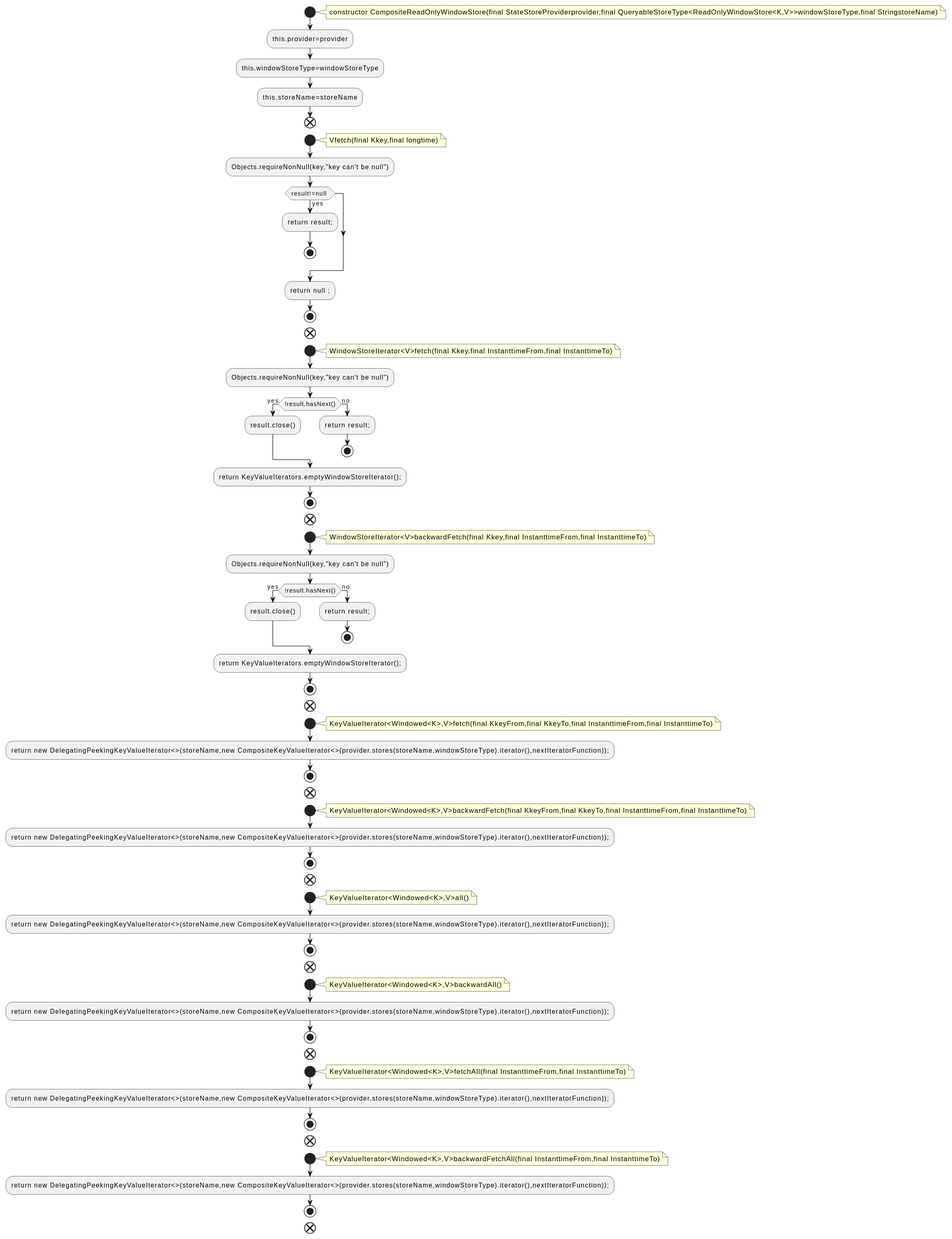
This is docs/qc/streams/src/main/java/org/apache/kafka/streams/state/internals/CompositeReadOnlyWindowStore.java.fct.svg from qualitesys/kafka, a PlantUML export, as it was before one commit. Its diagram source:
```plantuml
@startuml
!pragma layout smetana
start
note right
constructor CompositeReadOnlyWindowStore(final StateStoreProviderprovider,final QueryableStoreType<ReadOnlyWindowStore<K,V>>windowStoreType,final StringstoreName)
end note
:this.provider=provider;
:this.windowStoreType=windowStoreType;
:this.storeName=storeName;
end
start
note right
Vfetch(final Kkey,final longtime)
end note
:Objects.requireNonNull(key,"key can't be null");
if (result!=null ) then (yes)
:return result;;
stop
endif
:return null ;;
stop
end
start
note right
WindowStoreIterator<V>fetch(final Kkey,final InstanttimeFrom,final InstanttimeTo)
end note
:Objects.requireNonNull(key,"key can't be null");
if (!result.hasNext()) then (yes)
:result.close();
else (no)
:return result;;
stop
endif
:return KeyValueIterators.emptyWindowStoreIterator();;
stop
end
start
note right
WindowStoreIterator<V>backwardFetch(final Kkey,final InstanttimeFrom,final InstanttimeTo)
end note
:Objects.requireNonNull(key,"key can't be null");
if (!result.hasNext()) then (yes)
:result.close();
else (no)
:return result;;
stop
endif
:return KeyValueIterators.emptyWindowStoreIterator();;
stop
end
start
note right
KeyValueIterator<Windowed<K>,V>fetch(final KkeyFrom,final KkeyTo,final InstanttimeFrom,final InstanttimeTo)
end note
:return new DelegatingPeekingKeyValueIterator<>(storeName,new CompositeKeyValueIterator<>(provider.stores(storeName,windowStoreType).iterator(),nextIteratorFunction));;
stop
end
start
note right
KeyValueIterator<Windowed<K>,V>backwardFetch(final KkeyFrom,final KkeyTo,final InstanttimeFrom,final InstanttimeTo)
end note
:return new DelegatingPeekingKeyValueIterator<>(storeName,new CompositeKeyValueIterator<>(provider.stores(storeName,windowStoreType).iterator(),nextIteratorFunction));;
stop
end
start
note right
KeyValueIterator<Windowed<K>,V>all()
end note
:return new DelegatingPeekingKeyValueIterator<>(storeName,new CompositeKeyValueIterator<>(provider.stores(storeName,windowStoreType).iterator(),nextIteratorFunction));;
stop
end
start
note right
KeyValueIterator<Windowed<K>,V>backwardAll()
end note
:return new DelegatingPeekingKeyValueIterator<>(storeName,new CompositeKeyValueIterator<>(provider.stores(storeName,windowStoreType).iterator(),nextIteratorFunction));;
stop
end
start
note right
KeyValueIterator<Windowed<K>,V>fetchAll(final InstanttimeFrom,final InstanttimeTo)
end note
:return new DelegatingPeekingKeyValueIterator<>(storeName,new CompositeKeyValueIterator<>(provider.stores(storeName,windowStoreType).iterator(),nextIteratorFunction));;
stop
end
start
note right
KeyValueIterator<Windowed<K>,V>backwardFetchAll(final InstanttimeFrom,final InstanttimeTo)
end note
:return new DelegatingPeekingKeyValueIterator<>(storeName,new CompositeKeyValueIterator<>(provider.stores(storeName,windowStoreType).iterator(),nextIteratorFunction));;
stop
end
@enduml
```
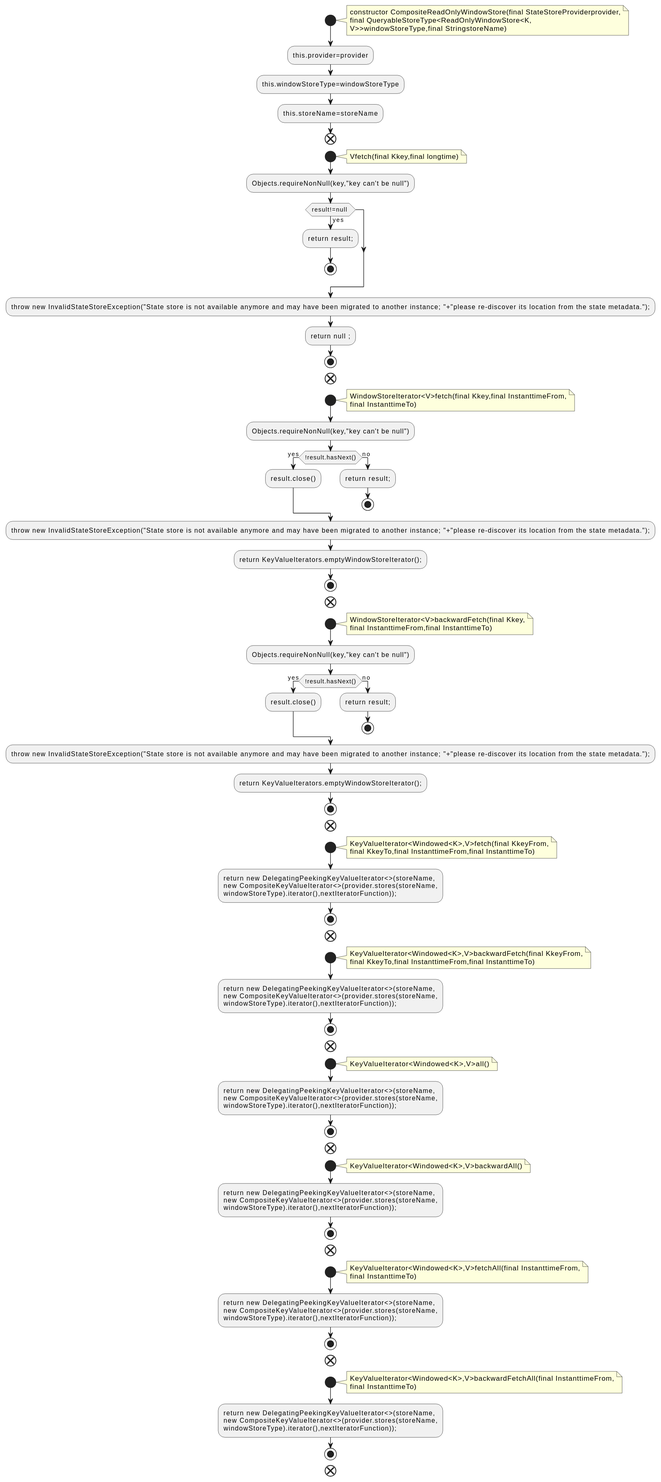
Later version of the same file.

The edit, as a diff of the source:
```diff
@@ -2,7 +2,9 @@
 !pragma layout smetana
 start
 note right
-constructor CompositeReadOnlyWindowStore(final StateStoreProviderprovider,final QueryableStoreType<ReadOnlyWindowStore<K,V>>windowStoreType,final StringstoreName)
+constructor CompositeReadOnlyWindowStore(final StateStoreProviderprovider,
+final QueryableStoreType<ReadOnlyWindowStore<K,
+V>>windowStoreType,final StringstoreName)
 end note
 :this.provider=provider;
 :this.windowStoreType=windowStoreType;
@@ -17,12 +19,14 @@
 :return result;;
 stop
 endif
+:throw new InvalidStateStoreException("State store is not available anymore and may have been migrated to another instance; "+"please re-discover its location from the state metadata.");;
 :return null ;;
 stop
 end
 start
 note right
-WindowStoreIterator<V>fetch(final Kkey,final InstanttimeFrom,final InstanttimeTo)
+WindowStoreIterator<V>fetch(final Kkey,final InstanttimeFrom,
+final InstanttimeTo)
 end note
 :Objects.requireNonNull(key,"key can't be null");
 if (!result.hasNext()) then (yes)
@@ -31,12 +35,14 @@
 :return result;;
 stop
 endif
+:throw new InvalidStateStoreException("State store is not available anymore and may have been migrated to another instance; "+"please re-discover its location from the state metadata.");;
 :return KeyValueIterators.emptyWindowStoreIterator();;
 stop
 end
 start
 note right
-WindowStoreIterator<V>backwardFetch(final Kkey,final InstanttimeFrom,final InstanttimeTo)
+WindowStoreIterator<V>backwardFetch(final Kkey,
+final InstanttimeFrom,final InstanttimeTo)
 end note
 :Objects.requireNonNull(key,"key can't be null");
 if (!result.hasNext()) then (yes)
@@ -45,49 +51,66 @@
 :return result;;
 stop
 endif
+:throw new InvalidStateStoreException("State store is not available anymore and may have been migrated to another instance; "+"please re-discover its location from the state metadata.");;
 :return KeyValueIterators.emptyWindowStoreIterator();;
 stop
 end
 start
 note right
-KeyValueIterator<Windowed<K>,V>fetch(final KkeyFrom,final KkeyTo,final InstanttimeFrom,final InstanttimeTo)
+KeyValueIterator<Windowed<K>,V>fetch(final KkeyFrom,
+final KkeyTo,final InstanttimeFrom,final InstanttimeTo)
 end note
-:return new DelegatingPeekingKeyValueIterator<>(storeName,new CompositeKeyValueIterator<>(provider.stores(storeName,windowStoreType).iterator(),nextIteratorFunction));;
+:return new DelegatingPeekingKeyValueIterator<>(storeName,
+new CompositeKeyValueIterator<>(provider.stores(storeName,
+windowStoreType).iterator(),nextIteratorFunction));;
 stop
 end
 start
 note right
-KeyValueIterator<Windowed<K>,V>backwardFetch(final KkeyFrom,final KkeyTo,final InstanttimeFrom,final InstanttimeTo)
+KeyValueIterator<Windowed<K>,V>backwardFetch(final KkeyFrom,
+final KkeyTo,final InstanttimeFrom,final InstanttimeTo)
 end note
-:return new DelegatingPeekingKeyValueIterator<>(storeName,new CompositeKeyValueIterator<>(provider.stores(storeName,windowStoreType).iterator(),nextIteratorFunction));;
+:return new DelegatingPeekingKeyValueIterator<>(storeName,
+new CompositeKeyValueIterator<>(provider.stores(storeName,
+windowStoreType).iterator(),nextIteratorFunction));;
 stop
 end
 start
 note right
 KeyValueIterator<Windowed<K>,V>all()
 end note
-:return new DelegatingPeekingKeyValueIterator<>(storeName,new CompositeKeyValueIterator<>(provider.stores(storeName,windowStoreType).iterator(),nextIteratorFunction));;
+:return new DelegatingPeekingKeyValueIterator<>(storeName,
+new CompositeKeyValueIterator<>(provider.stores(storeName,
+windowStoreType).iterator(),nextIteratorFunction));;
 stop
 end
 start
 note right
 KeyValueIterator<Windowed<K>,V>backwardAll()
 end note
-:return new DelegatingPeekingKeyValueIterator<>(storeName,new CompositeKeyValueIterator<>(provider.stores(storeName,windowStoreType).iterator(),nextIteratorFunction));;
+:return new DelegatingPeekingKeyValueIterator<>(storeName,
+new CompositeKeyValueIterator<>(provider.stores(storeName,
+windowStoreType).iterator(),nextIteratorFunction));;
 stop
 end
 start
 note right
-KeyValueIterator<Windowed<K>,V>fetchAll(final InstanttimeFrom,final InstanttimeTo)
+KeyValueIterator<Windowed<K>,V>fetchAll(final InstanttimeFrom,
+final InstanttimeTo)
 end note
-:return new DelegatingPeekingKeyValueIterator<>(storeName,new CompositeKeyValueIterator<>(provider.stores(storeName,windowStoreType).iterator(),nextIteratorFunction));;
+:return new DelegatingPeekingKeyValueIterator<>(storeName,
+new CompositeKeyValueIterator<>(provider.stores(storeName,
+windowStoreType).iterator(),nextIteratorFunction));;
 stop
 end
 start
 note right
-KeyValueIterator<Windowed<K>,V>backwardFetchAll(final InstanttimeFrom,final InstanttimeTo)
+KeyValueIterator<Windowed<K>,V>backwardFetchAll(final InstanttimeFrom,
+final InstanttimeTo)
 end note
-:return new DelegatingPeekingKeyValueIterator<>(storeName,new CompositeKeyValueIterator<>(provider.stores(storeName,windowStoreType).iterator(),nextIteratorFunction));;
+:return new DelegatingPeekingKeyValueIterator<>(storeName,
+new CompositeKeyValueIterator<>(provider.stores(storeName,
+windowStoreType).iterator(),nextIteratorFunction));;
 stop
 end
 @enduml
```
